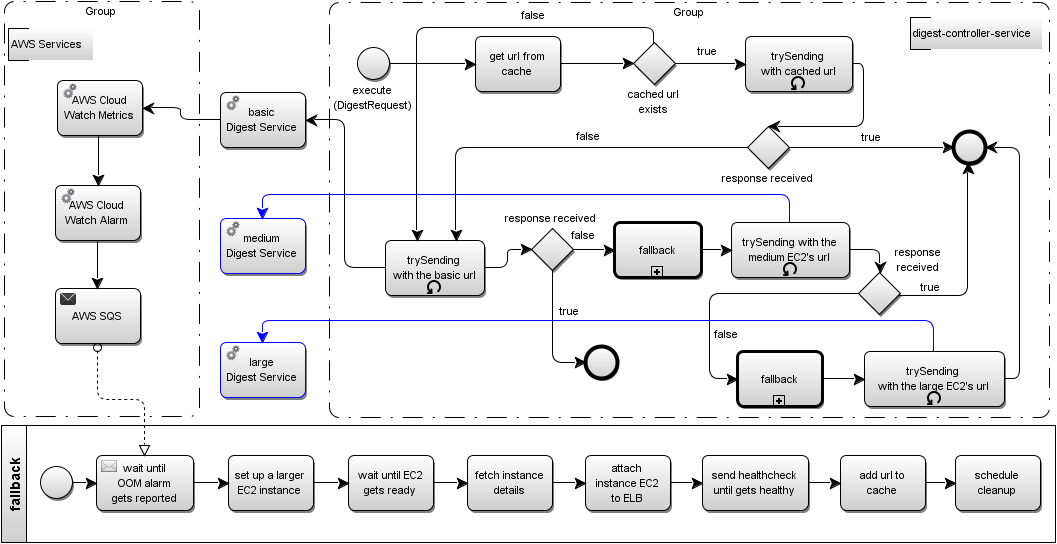
smolnik/digest-controller-service keeps this BPMN diagram as src/main/resources/fallback.png. Above is the earlier version. Its source is kept beside it as src/main/resources/fallback.bpmn. Ids are renumbered.
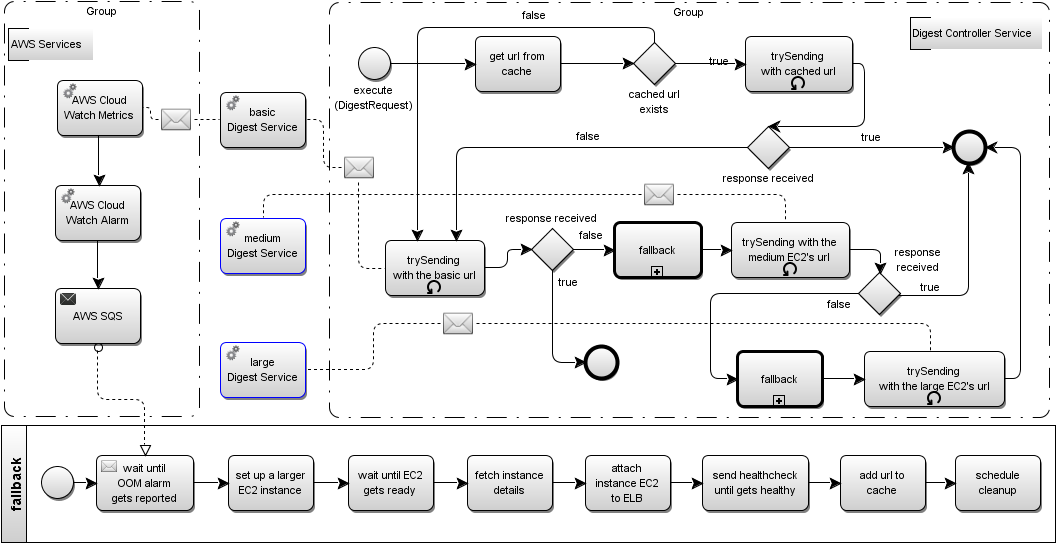
After the commit.

Commit message:
Further improvements - handling private addresses added, new diagrams

Change to the diagram source:
```diff
@@ -1,2 +1,22 @@
 <definitions xmlns="http://www.omg.org/spec/BPMN/20100524/MODEL" xmlns:bpmndi="http://www.omg.org/spec/BPMN/20100524/DI" xmlns:dc="http://www.omg.org/spec/DD/20100524/DC" xmlns:di="http://www.omg.org/spec/DD/20100524/DI" xmlns:tns="http://sourceforge.net/bpmn/definitions/_1409908013405" xmlns:xsd="http://www.w3.org/2001/XMLSchema" xmlns:xsi="http://www.w3.org/2001/XMLSchema-instance" xmlns:yaoqiang="http://bpmn.sourceforge.net" exporter="Yaoqiang BPMN Editor" exporterVersion="2.2.18 (GPLv3, Non-Commercial)" expressionLanguage="http://www.w3.org/1999/XPath" id="_1409908013405" name="" targetNamespace="http://sourceforge.net/bpmn/definitions/_1409908013405" typeLanguage="http://www.w3.org/2001/XMLSchema" xsi:schemaLocation="http://www.omg.org/spec/BPMN/20100524/MODEL http://bpmn.sourceforge.net/schemas/BPMN20.xsd">
+  <message id="_36">
+    <extensionElements>
+      <yaoqiang:style init="1"/>
+    </extensionElements>
+  </message>
+  <message id="_67">
+    <extensionElements>
+      <yaoqiang:style init="1"/>
+    </extensionElements>
+  </message>
+  <message id="_72">
+    <extensionElements>
+      <yaoqiang:style init="1"/>
+    </extensionElements>
+  </message>
+  <message id="_75">
+    <extensionElements>
+      <yaoqiang:style init="1"/>
+    </extensionElements>
+  </message>
   <process id="PROCESS_1" isClosed="false" isExecutable="true" processType="None">
@@ -18,8 +38,4 @@
     </exclusiveGateway>
-    <serviceTask completionQuantity="1" id="_16" implementation="##WebService" isForCompensation="false" name="basic&#10;Digest Service" startQuantity="1">
-      <incoming>_36</incoming>
-      <outgoing>_51</outgoing>
-    </serviceTask>
+    <serviceTask completionQuantity="1" id="_16" implementation="##WebService" isForCompensation="false" name="basic&#10;Digest Service" startQuantity="1"/>
     <serviceTask completionQuantity="1" id="_18" implementation="##WebService" isForCompensation="false" name="AWS Cloud Watch Metrics" startQuantity="1">
-      <incoming>_51</incoming>
       <outgoing>_55</outgoing>
@@ -29,3 +45,2 @@
       <incoming>_9</incoming>
-      <outgoing>_36</outgoing>
       <outgoing>_65</outgoing>
@@ -53,3 +68,2 @@
       <outgoing>_41</outgoing>
-      <outgoing>_49</outgoing>
       <standardLoopCharacteristics testBefore="false"/>
@@ -74,3 +88,2 @@
       <outgoing>_53</outgoing>
-      <outgoing>_45</outgoing>
       <standardLoopCharacteristics testBefore="false"/>
@@ -98,3 +111,3 @@
       <extensionElements>
-        <yaoqiang:label offset-x="-1.0" offset-y="26.0" x="0.0" y="17.0"/>
+        <yaoqiang:label offset-x="111.0" offset-y="-116.0" x="0.0" y="129.0"/>
       </extensionElements>
@@ -119,7 +132,2 @@
     <sequenceFlow id="_25" sourceRef="_2" targetRef="_15"/>
-    <sequenceFlow id="_36" sourceRef="_5" targetRef="_16">
-      <extensionElements>
-        <yaoqiang:style strokeColor="#0000FF"/>
-      </extensionElements>
-    </sequenceFlow>
     <endEvent id="_44">
@@ -129,3 +137,3 @@
       <extensionElements>
-        <yaoqiang:label offset-x="-16.0" offset-y="0.0" x="1.0" y="49.0"/>
+        <yaoqiang:label offset-x="-17.0" offset-y="0.0" x="1.0" y="78.0"/>
       </extensionElements>
@@ -134,3 +142,3 @@
       <extensionElements>
-        <yaoqiang:label offset-x="10.0" offset-y="1.0" x="-1.0" y="13.0"/>
+        <yaoqiang:label offset-x="-15.0" offset-y="-12.0" x="0.0" y="12.0"/>
       </extensionElements>
@@ -152,3 +160,2 @@
       </extensionElements>
-      <incoming>_49</incoming>
     </serviceTask>
@@ -158,15 +165,3 @@
       </extensionElements>
-      <incoming>_45</incoming>
     </serviceTask>
-    <sequenceFlow id="_45" sourceRef="_32" targetRef="_43">
-      <extensionElements>
-        <yaoqiang:style strokeColor="#0000FF"/>
-      </extensionElements>
-    </sequenceFlow>
-    <sequenceFlow id="_49" sourceRef="_27" targetRef="_42">
-      <extensionElements>
-        <yaoqiang:style strokeColor="#0000FF"/>
-      </extensionElements>
-    </sequenceFlow>
-    <sequenceFlow id="_51" sourceRef="_16" targetRef="_18"/>
   </process>
@@ -196,3 +191,39 @@
     <group categoryValueRef="CAT_1_1" id="_33"/>
+    <association associationDirection="None" id="_54" sourceRef="_36" targetRef="_5">
+      <extensionElements>
+        <yaoqiang:style edgeStyle="elbowEdgeStyle" elbow="vertical" shape="connector"/>
+      </extensionElements>
+    </association>
+    <association associationDirection="None" id="_66" sourceRef="_36" targetRef="_16">
+      <extensionElements>
+        <yaoqiang:style edgeStyle="elbowEdgeStyle" elbow="horizontal" shape="connector"/>
+      </extensionElements>
+    </association>
+    <association associationDirection="None" id="_70" sourceRef="_67" targetRef="_16"/>
+    <association associationDirection="None" id="_71" sourceRef="_67" targetRef="_18">
+      <extensionElements>
+        <yaoqiang:style edgeStyle="elbowEdgeStyle" elbow="horizontal" shape="connector"/>
+      </extensionElements>
+    </association>
     <group categoryValueRef="CAT_1_1" id="_34"/>
+    <association associationDirection="None" id="_73" sourceRef="_72" targetRef="_27">
+      <extensionElements>
+        <yaoqiang:style edgeStyle="elbowEdgeStyle" elbow="horizontal" shape="connector"/>
+      </extensionElements>
+    </association>
+    <association associationDirection="None" id="_74" sourceRef="_72" targetRef="_42">
+      <extensionElements>
+        <yaoqiang:style edgeStyle="elbowEdgeStyle" elbow="horizontal" shape="connector"/>
+      </extensionElements>
+    </association>
+    <association associationDirection="None" id="_76" sourceRef="_75" targetRef="_32">
+      <extensionElements>
+        <yaoqiang:style edgeStyle="elbowEdgeStyle" elbow="horizontal" shape="connector"/>
+      </extensionElements>
+    </association>
+    <association associationDirection="None" id="_77" sourceRef="_75" targetRef="_43">
+      <extensionElements>
+        <yaoqiang:style edgeStyle="elbowEdgeStyle" elbow="horizontal" shape="connector"/>
+      </extensionElements>
+    </association>
   </collaboration>
@@ -245,2 +276,8 @@
     <bpmndi:BPMNPlane bpmnElement="COLLABORATION_1">
+      <bpmndi:BPMNShape bpmnElement="_33" id="Yaoqiang-_33">
+        <dc:Bounds height="415.0" width="720.0" x="397.0" y="155.0"/>
+        <bpmndi:BPMNLabel>
+          <dc:Bounds height="19.8359375" width="36.0" x="739.0" y="157.0"/>
+        </bpmndi:BPMNLabel>
+      </bpmndi:BPMNShape>
       <bpmndi:BPMNShape bpmnElement="_34" id="Yaoqiang-_34">
@@ -249,8 +286,2 @@
           <dc:Bounds height="19.8359375" width="36.0" x="151.5" y="156.0"/>
-        </bpmndi:BPMNLabel>
-      </bpmndi:BPMNShape>
-      <bpmndi:BPMNShape bpmnElement="_33" id="Yaoqiang-_33">
-        <dc:Bounds height="415.0" width="720.0" x="397.0" y="155.0"/>
-        <bpmndi:BPMNLabel>
-          <dc:Bounds height="19.8359375" width="36.0" x="739.0" y="157.0"/>
         </bpmndi:BPMNLabel>
@@ -395,2 +426,26 @@
       </bpmndi:BPMNShape>
+      <bpmndi:BPMNShape bpmnElement="_36" id="Yaoqiang-_36">
+        <dc:Bounds height="30.0" width="35.0" x="410.0" y="305.0"/>
+        <bpmndi:BPMNLabel>
+          <dc:Bounds height="19.8359375" width="6.0" x="445.0" y="312.08203125"/>
+        </bpmndi:BPMNLabel>
+      </bpmndi:BPMNShape>
+      <bpmndi:BPMNShape bpmnElement="_67" id="Yaoqiang-_67">
+        <dc:Bounds height="30.0" width="35.0" x="227.0" y="257.0"/>
+        <bpmndi:BPMNLabel>
+          <dc:Bounds height="19.8359375" width="6.0" x="262.0" y="264.08203125"/>
+        </bpmndi:BPMNLabel>
+      </bpmndi:BPMNShape>
+      <bpmndi:BPMNShape bpmnElement="_72" id="Yaoqiang-_72">
+        <dc:Bounds height="30.0" width="35.0" x="710.0" y="332.0"/>
+        <bpmndi:BPMNLabel>
+          <dc:Bounds height="19.8359375" width="6.0" x="745.0" y="339.08203125"/>
+        </bpmndi:BPMNLabel>
+      </bpmndi:BPMNShape>
+      <bpmndi:BPMNShape bpmnElement="_75" id="Yaoqiang-_75">
+        <dc:Bounds height="30.0" width="35.0" x="509.0" y="461.0"/>
+        <bpmndi:BPMNLabel>
+          <dc:Bounds height="19.8359375" width="6.0" x="544.0" y="468.08203125"/>
+        </bpmndi:BPMNLabel>
+      </bpmndi:BPMNShape>
       <bpmndi:BPMNShape bpmnElement="_13" id="Yaoqiang-_13">
@@ -463,9 +518,2 @@
       </bpmndi:BPMNEdge>
-      <bpmndi:BPMNEdge bpmnElement="_25" id="Yaoqiang-_25" sourceElement="_2" targetElement="_15">
-        <di:waypoint x="457.99652740093575" y="216.33333333333331"/>
-        <di:waypoint x="543.0" y="216.5"/>
-        <bpmndi:BPMNLabel>
-          <dc:Bounds height="19.8359375" width="6.0" x="497.41666666666663" y="206.5802949504679"/>
-        </bpmndi:BPMNLabel>
-      </bpmndi:BPMNEdge>
       <bpmndi:BPMNEdge bpmnElement="_57" id="Yaoqiang-_57" sourceElement="_23" targetElement="_13">
@@ -507,9 +555,2 @@
       </bpmndi:BPMNEdge>
-      <bpmndi:BPMNEdge bpmnElement="_51" id="Yaoqiang-_51" sourceElement="_16" targetElement="_18">
-        <di:waypoint x="288.0" y="272.5"/>
-        <di:waypoint x="210.0" y="260.5"/>
-        <bpmndi:BPMNLabel>
-          <dc:Bounds height="19.8359375" width="6.0" x="246.0" y="256.58203125"/>
-        </bpmndi:BPMNLabel>
-      </bpmndi:BPMNEdge>
       <bpmndi:BPMNEdge bpmnElement="_50" id="Yaoqiang-_50" sourceElement="_28" targetElement="_32">
@@ -519,2 +560,9 @@
           <dc:Bounds height="19.8359375" width="6.0" x="908.0" y="521.58203125"/>
+        </bpmndi:BPMNLabel>
+      </bpmndi:BPMNEdge>
+      <bpmndi:BPMNEdge bpmnElement="_48" id="Yaoqiang-_48" sourceElement="_22" targetElement="_27">
+        <di:waypoint x="769.0" y="402.5"/>
+        <di:waypoint x="799.0" y="402.5"/>
+        <bpmndi:BPMNLabel>
+          <dc:Bounds height="19.8359375" width="6.0" x="781.0" y="392.58203125"/>
         </bpmndi:BPMNLabel>
@@ -529,24 +577,2 @@
       </bpmndi:BPMNEdge>
-      <bpmndi:BPMNEdge bpmnElement="_49" id="Yaoqiang-_49" sourceElement="_27" targetElement="_42">
-        <di:waypoint x="858.0" y="375.0"/>
-        <di:waypoint x="596.0" y="347.0"/>
-        <di:waypoint x="330.5" y="371.0"/>
-        <bpmndi:BPMNLabel>
-          <dc:Bounds height="19.8359375" width="6.0" x="593.25" y="337.08203125"/>
-        </bpmndi:BPMNLabel>
-      </bpmndi:BPMNEdge>
-      <bpmndi:BPMNEdge bpmnElement="_17" id="Yaoqiang-_17" sourceElement="_15" targetElement="_10">
-        <di:waypoint x="628.0" y="216.5"/>
-        <di:waypoint x="701.0" y="216.0"/>
-        <bpmndi:BPMNLabel>
-          <dc:Bounds height="19.8359375" width="6.0" x="661.5" y="206.33203125"/>
-        </bpmndi:BPMNLabel>
-      </bpmndi:BPMNEdge>
-      <bpmndi:BPMNEdge bpmnElement="_48" id="Yaoqiang-_48" sourceElement="_22" targetElement="_27">
-        <di:waypoint x="769.0" y="402.5"/>
-        <di:waypoint x="799.0" y="402.5"/>
-        <bpmndi:BPMNLabel>
-          <dc:Bounds height="19.8359375" width="6.0" x="781.0" y="392.58203125"/>
-        </bpmndi:BPMNLabel>
-      </bpmndi:BPMNEdge>
       <bpmndi:BPMNEdge bpmnElement="_47" id="Yaoqiang-_47" sourceElement="_31" targetElement="_22">
@@ -555,3 +581,3 @@
         <bpmndi:BPMNLabel>
-          <dc:Bounds height="19.8359375" width="30.0" x="636.0" y="380.08203125"/>
+          <dc:Bounds height="19.8359375" width="30.0" x="643.5" y="380.33203125"/>
         </bpmndi:BPMNLabel>
@@ -559,30 +585,7 @@
       <bpmndi:BPMNEdge bpmnElement="_46" id="Yaoqiang-_46" sourceElement="_31" targetElement="_44">
-        <di:waypoint x="621.0" y="422.0"/>
-        <di:waypoint x="621.0" y="515.0"/>
+        <di:waypoint x="620.0" y="423.0"/>
+        <di:waypoint x="620.0" y="489.0"/>
         <di:waypoint x="653.0" y="515.0"/>
         <bpmndi:BPMNLabel>
-          <dc:Bounds height="19.8359375" width="25.0" x="624.5" y="456.08203125"/>
-        </bpmndi:BPMNLabel>
-      </bpmndi:BPMNEdge>
-      <bpmndi:BPMNEdge bpmnElement="_14" id="Yaoqiang-_14" sourceElement="_10" targetElement="_26">
-        <di:waypoint x="743.0" y="216.0"/>
-        <di:waypoint x="813.0" y="216.5"/>
-        <bpmndi:BPMNLabel>
-          <dc:Bounds height="19.8359375" width="25.0" x="774.5" y="206.33203125"/>
-        </bpmndi:BPMNLabel>
-      </bpmndi:BPMNEdge>
-      <bpmndi:BPMNEdge bpmnElement="_45" id="Yaoqiang-_45" sourceElement="_32" targetElement="_43">
-        <di:waypoint x="1002.0" y="504.0"/>
-        <di:waypoint x="663.0" y="473.0"/>
-        <di:waypoint x="330.5" y="495.0"/>
-        <bpmndi:BPMNLabel>
-          <dc:Bounds height="19.8359375" width="6.0" x="667.75" y="463.08203125"/>
-        </bpmndi:BPMNLabel>
-      </bpmndi:BPMNEdge>
-      <bpmndi:BPMNEdge bpmnElement="_12" id="Yaoqiang-_12" sourceElement="_11" targetElement="_35">
-        <di:waypoint x="857.0" y="300.0"/>
-        <di:waypoint x="932.0" y="300.0"/>
-        <di:waypoint x="1021.0" y="300.0"/>
-        <bpmndi:BPMNLabel>
-          <dc:Bounds height="19.8359375" width="25.0" x="926.5" y="282.08203125"/>
+          <dc:Bounds height="19.8359375" width="25.0" x="623.5" y="427.08203125"/>
         </bpmndi:BPMNLabel>
@@ -602,3 +605,3 @@
         <bpmndi:BPMNLabel>
-          <dc:Bounds height="19.8359375" width="30.0" x="779.75" y="479.08203125"/>
+          <dc:Bounds height="19.8359375" width="30.0" x="891.75" y="449.08203125"/>
         </bpmndi:BPMNLabel>
@@ -621,7 +624,36 @@
       </bpmndi:BPMNEdge>
-      <bpmndi:BPMNEdge bpmnElement="_36" id="Yaoqiang-_36" sourceElement="_5" targetElement="_16">
-        <di:waypoint x="453.0" y="420.5"/>
-        <di:waypoint x="373.0" y="272.5"/>
+      <bpmndi:BPMNEdge bpmnElement="_30" id="Yaoqiang-_30" sourceElement="_29" targetElement="_13">
+        <di:waypoint x="165.5" y="496.0"/>
+        <di:waypoint x="212.5" y="608.0"/>
         <bpmndi:BPMNLabel>
-          <dc:Bounds height="19.8359375" width="6.0" x="410.0" y="336.58203125"/>
+          <dc:Bounds height="19.8359375" width="6.0" x="186.0" y="542.08203125"/>
+        </bpmndi:BPMNLabel>
+      </bpmndi:BPMNEdge>
+      <bpmndi:BPMNEdge bpmnElement="_25" id="Yaoqiang-_25" sourceElement="_2" targetElement="_15">
+        <di:waypoint x="457.99652740093575" y="216.33333333333331"/>
+        <di:waypoint x="543.0" y="216.5"/>
+        <bpmndi:BPMNLabel>
+          <dc:Bounds height="19.8359375" width="6.0" x="497.41666666666663" y="206.5802949504679"/>
+        </bpmndi:BPMNLabel>
+      </bpmndi:BPMNEdge>
+      <bpmndi:BPMNEdge bpmnElement="_17" id="Yaoqiang-_17" sourceElement="_15" targetElement="_10">
+        <di:waypoint x="628.0" y="216.5"/>
+        <di:waypoint x="701.0" y="216.0"/>
+        <bpmndi:BPMNLabel>
+          <dc:Bounds height="19.8359375" width="6.0" x="661.5" y="206.33203125"/>
+        </bpmndi:BPMNLabel>
+      </bpmndi:BPMNEdge>
+      <bpmndi:BPMNEdge bpmnElement="_14" id="Yaoqiang-_14" sourceElement="_10" targetElement="_26">
+        <di:waypoint x="743.0" y="216.0"/>
+        <di:waypoint x="813.0" y="216.5"/>
+        <bpmndi:BPMNLabel>
+          <dc:Bounds height="19.8359375" width="25.0" x="774.5" y="206.33203125"/>
+        </bpmndi:BPMNLabel>
+      </bpmndi:BPMNEdge>
+      <bpmndi:BPMNEdge bpmnElement="_12" id="Yaoqiang-_12" sourceElement="_11" targetElement="_35">
+        <di:waypoint x="857.0" y="300.0"/>
+        <di:waypoint x="932.0" y="300.0"/>
+        <di:waypoint x="1021.0" y="300.0"/>
+        <bpmndi:BPMNLabel>
+          <dc:Bounds height="19.8359375" width="25.0" x="926.5" y="282.08203125"/>
         </bpmndi:BPMNLabel>
@@ -649,9 +681,2 @@
       </bpmndi:BPMNEdge>
-      <bpmndi:BPMNEdge bpmnElement="_30" id="Yaoqiang-_30" sourceElement="_29" targetElement="_13">
-        <di:waypoint x="165.5" y="496.0"/>
-        <di:waypoint x="212.5" y="608.0"/>
-        <bpmndi:BPMNLabel>
-          <dc:Bounds height="19.8359375" width="6.0" x="186.0" y="542.08203125"/>
-        </bpmndi:BPMNLabel>
-      </bpmndi:BPMNEdge>
       <bpmndi:BPMNEdge bpmnElement="_62" id="Yaoqiang-_62" sourceElement="_4" targetElement="_6">
@@ -677,2 +702,62 @@
       </bpmndi:BPMNEdge>
+      <bpmndi:BPMNEdge bpmnElement="_54" id="Yaoqiang-_54" sourceElement="_36" targetElement="_5">
+        <di:waypoint x="426.0" y="335.0"/>
+        <di:waypoint x="426.0" y="421.0"/>
+        <di:waypoint x="453.0" y="421.0"/>
+        <bpmndi:BPMNLabel>
+          <dc:Bounds height="19.8359375" width="6.0" x="423.0" y="381.58203125"/>
+        </bpmndi:BPMNLabel>
+      </bpmndi:BPMNEdge>
+      <bpmndi:BPMNEdge bpmnElement="_77" id="Yaoqiang-_77" sourceElement="_75" targetElement="_43">
+        <di:waypoint x="509.0" y="476.0"/>
+        <di:waypoint x="373.0" y="522.5"/>
+        <bpmndi:BPMNLabel>
+          <dc:Bounds height="19.8359375" width="6.0" x="438.0" y="489.33203125"/>
+        </bpmndi:BPMNLabel>
+      </bpmndi:BPMNEdge>
+      <bpmndi:BPMNEdge bpmnElement="_76" id="Yaoqiang-_76" sourceElement="_75" targetElement="_32">
+        <di:waypoint x="544.0" y="476.0"/>
+        <di:waypoint x="998.0" y="501.0"/>
+        <di:waypoint x="998.0" y="504.0"/>
+        <bpmndi:BPMNLabel>
+          <dc:Bounds height="19.8359375" width="6.0" x="782.0" y="466.08203125"/>
+        </bpmndi:BPMNLabel>
+      </bpmndi:BPMNEdge>
+      <bpmndi:BPMNEdge bpmnElement="_74" id="Yaoqiang-_74" sourceElement="_72" targetElement="_42">
+        <di:waypoint x="710.0" y="347.0"/>
+        <di:waypoint x="331.0" y="347.0"/>
+        <di:waypoint x="331.0" y="371.0"/>
+        <bpmndi:BPMNLabel>
+          <dc:Bounds height="19.8359375" width="6.0" x="505.5" y="337.08203125"/>
+        </bpmndi:BPMNLabel>
+      </bpmndi:BPMNEdge>
+      <bpmndi:BPMNEdge bpmnElement="_73" id="Yaoqiang-_73" sourceElement="_72" targetElement="_27">
+        <di:waypoint x="745.0" y="347.0"/>
+        <di:waypoint x="853.0" y="347.0"/>
+        <di:waypoint x="853.0" y="375.0"/>
+        <bpmndi:BPMNLabel>
+          <dc:Bounds height="19.8359375" width="6.0" x="810.0" y="337.08203125"/>
+        </bpmndi:BPMNLabel>
+      </bpmndi:BPMNEdge>
+      <bpmndi:BPMNEdge bpmnElement="_71" id="Yaoqiang-_71" sourceElement="_67" targetElement="_18">
+        <di:waypoint x="227.0" y="272.0"/>
+        <di:waypoint x="210.0" y="260.5"/>
+        <bpmndi:BPMNLabel>
+          <dc:Bounds height="19.8359375" width="6.0" x="215.5" y="256.33203125"/>
+        </bpmndi:BPMNLabel>
+      </bpmndi:BPMNEdge>
+      <bpmndi:BPMNEdge bpmnElement="_70" id="Yaoqiang-_70" sourceElement="_67" targetElement="_16">
+        <di:waypoint x="262.0" y="272.1017441860465"/>
+        <di:waypoint x="288.0" y="272.2529069767442"/>
+        <bpmndi:BPMNLabel>
+          <dc:Bounds height="19.8359375" width="6.0" x="272.0" y="262.2593568313954"/>
+        </bpmndi:BPMNLabel>
+      </bpmndi:BPMNEdge>
+      <bpmndi:BPMNEdge bpmnElement="_66" id="Yaoqiang-_66" sourceElement="_36" targetElement="_16">
+        <di:waypoint x="410.0" y="320.0"/>
+        <di:waypoint x="373.0" y="272.5"/>
+        <bpmndi:BPMNLabel>
+          <dc:Bounds height="19.8359375" width="6.0" x="388.5" y="286.33203125"/>
+        </bpmndi:BPMNLabel>
+      </bpmndi:BPMNEdge>
     </bpmndi:BPMNPlane>
```
